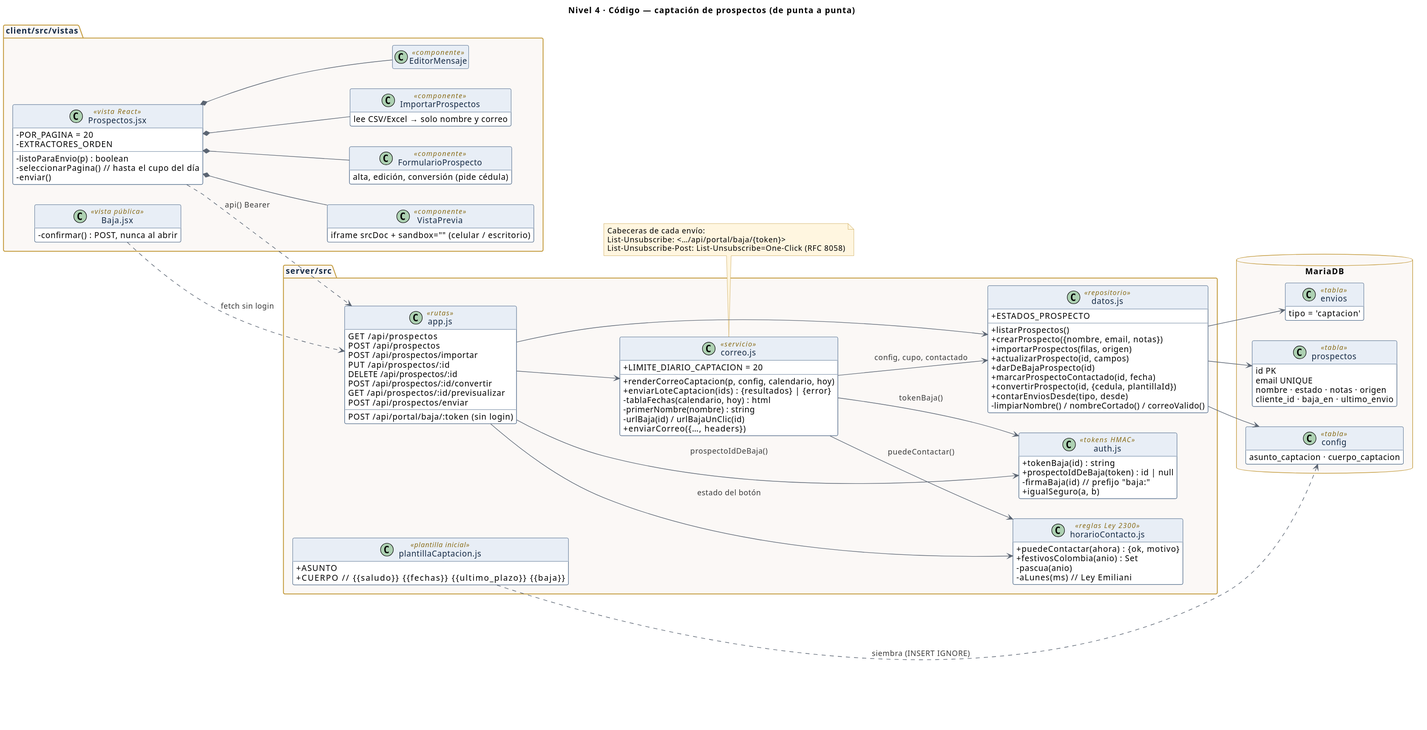
alexizher/portal-declaracion-renta keeps this PlantUML diagram as docs/diagramas/c4-4-codigo-captacion.svg. Above is the earlier version.
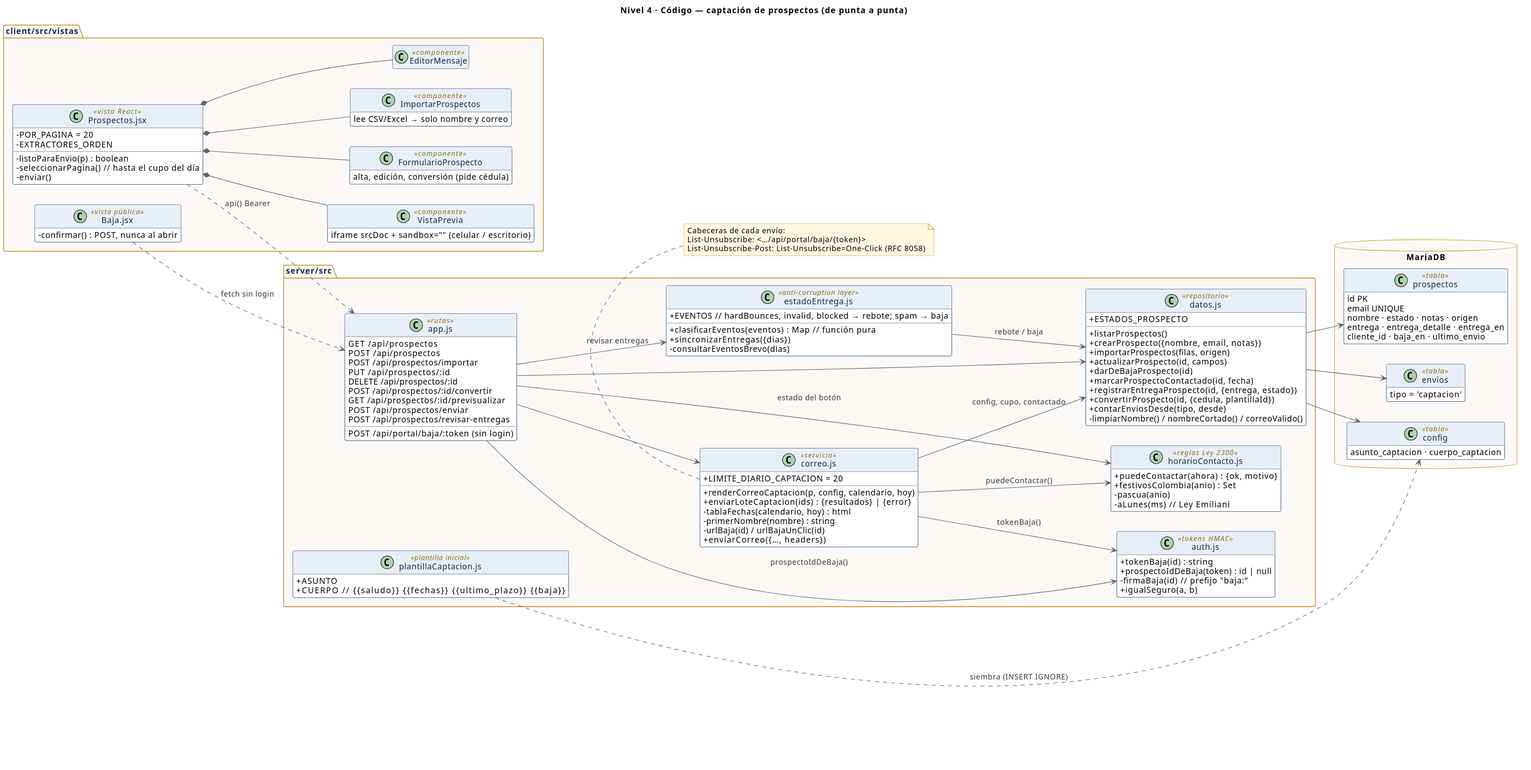
The same diagram one commit later.

The edit, as a diff of the source:
```diff
@@ -36,6 +36,7 @@
     POST   /api/prospectos/:id/convertir
     GET    /api/prospectos/:id/previsualizar
     POST   /api/prospectos/enviar
+    POST   /api/prospectos/revisar-entregas
     POST   /api/portal/baja/:token  (sin login)
   }
 
@@ -71,9 +72,17 @@
     +actualizarProspecto(id, campos)
     +darDeBajaProspecto(id)
     +marcarProspectoContactado(id, fecha)
+    +registrarEntregaProspecto(id, {entrega, estado})
     +convertirProspecto(id, {cedula, plantillaId})
     +contarEnviosDesde(tipo, desde)
     -limpiarNombre() / nombreCortado() / correoValido()
+  }
+
+  class "estadoEntrega.js" as entrega <<anti-corruption layer>> {
+    +EVENTOS   // hardBounces, invalid, blocked → rebote; spam → baja
+    +clasificarEventos(eventos) : Map   // función pura
+    +sincronizarEntregas({dias})
+    -consultarEventosBrevo(dias)
   }
 
   class "plantillaCaptacion.js" as plantilla <<plantilla inicial>> {
@@ -87,6 +96,7 @@
     id PK
     email UNIQUE
     nombre · estado · notas · origen
+    entrega · entrega_detalle · entrega_en
     cliente_id · baja_en · ultimo_envio
   }
   class envios <<tabla>> {
@@ -108,6 +118,8 @@
 rutas --> correo
 rutas --> horario : estado del botón
 rutas --> auth : prospectoIdDeBaja()
+rutas --> entrega : revisar entregas
+entrega --> datos : rebote / baja
 correo --> horario : puedeContactar()
 correo --> auth : tokenBaja()
 correo --> datos : config, cupo, contactado
```
